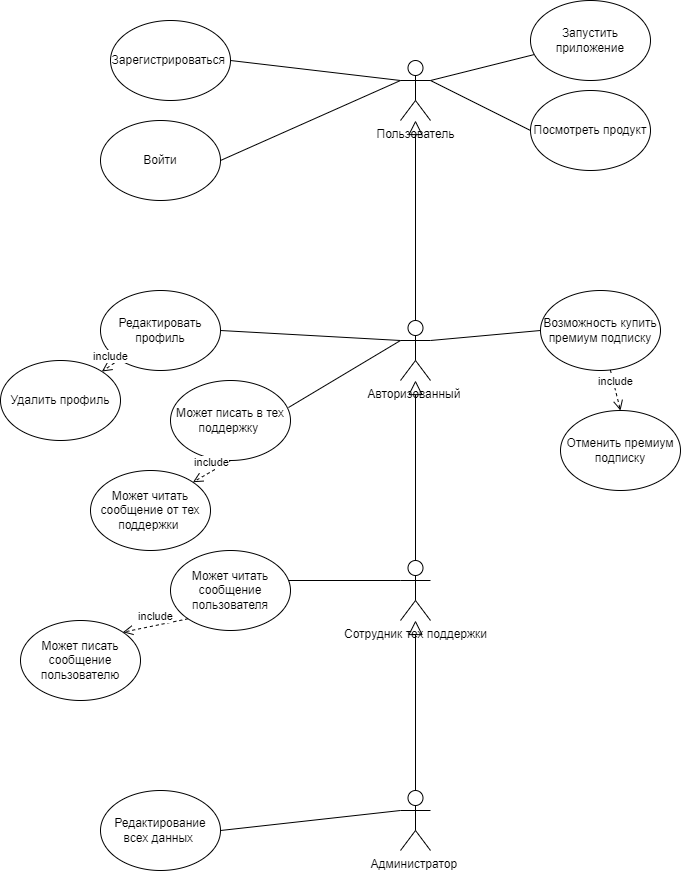
Before: Use_case_scheme.drawio.png, a diagram exported from draw.io (LOL1322/channel_demo). Source tidied: cells renumbered, new cells last; positions are measured from the earlier drawing's top-left corner, leaving out a move shared by most shapes. The source it was exported from:
```xml
<mxGraphModel>
  <root>
    <mxCell id="0" />
    <mxCell id="1" parent="0" />
    <mxCell id="2" value="Пользователь" style="shape=umlActor;verticalLabelPosition=bottom;verticalAlign=top;html=1;outlineConnect=0;" parent="1" vertex="1">
      <mxGeometry x="400" y="60" width="30" height="60" as="geometry" />
    </mxCell>
    <mxCell id="3" value="Авторизованный&amp;nbsp;&lt;br&gt;" style="shape=umlActor;verticalLabelPosition=bottom;verticalAlign=top;html=1;outlineConnect=0;" parent="1" vertex="1">
      <mxGeometry x="400" y="320" width="30" height="60" as="geometry" />
    </mxCell>
    <mxCell id="4" value="Сотрудник тех поддержки&lt;br&gt;&amp;nbsp;" style="shape=umlActor;verticalLabelPosition=bottom;verticalAlign=top;html=1;outlineConnect=0;" parent="1" vertex="1">
      <mxGeometry x="400" y="560" width="30" height="60" as="geometry" />
    </mxCell>
    <mxCell id="5" value="Администратор&amp;nbsp;" style="shape=umlActor;verticalLabelPosition=bottom;verticalAlign=top;html=1;outlineConnect=0;" parent="1" vertex="1">
      <mxGeometry x="400" y="790" width="30" height="60" as="geometry" />
    </mxCell>
    <mxCell id="6" value="Зарегистрироваться&amp;nbsp;" style="ellipse;whiteSpace=wrap;html=1;" parent="1" vertex="1">
      <mxGeometry x="110" y="20" width="120" height="80" as="geometry" />
    </mxCell>
    <mxCell id="7" value="Войти" style="ellipse;whiteSpace=wrap;html=1;" parent="1" vertex="1">
      <mxGeometry x="100" y="120" width="120" height="80" as="geometry" />
    </mxCell>
    <mxCell id="8" style="endArrow=none;html=1;rounded=0;entryX=0;entryY=0.5;entryDx=0;entryDy=0;exitX=1;exitY=0.3333333333333333;exitDx=0;exitDy=0;exitPerimeter=0;" parent="1" edge="1" source="2" target="13">
      <mxGeometry relative="1" as="geometry" />
    </mxCell>
    <mxCell id="9" style="endArrow=none;html=1;rounded=0;exitX=1;exitY=0.3333333333333333;exitDx=0;exitDy=0;exitPerimeter=0;" parent="1" edge="1" source="2" target="12">
      <mxGeometry relative="1" as="geometry" />
    </mxCell>
    <mxCell id="10" style="endArrow=none;html=1;rounded=0;entryX=0;entryY=0.3333333333333333;entryDx=0;entryDy=0;entryPerimeter=0;exitX=1;exitY=0.5;exitDx=0;exitDy=0;" parent="1" edge="1" source="6" target="2">
      <mxGeometry relative="1" as="geometry" />
    </mxCell>
    <mxCell id="11" style="endArrow=none;html=1;rounded=0;exitX=1;exitY=0.5;exitDx=0;exitDy=0;" parent="1" edge="1" source="7">
      <mxGeometry relative="1" as="geometry">
        <mxPoint x="400" y="80" as="targetPoint" />
      </mxGeometry>
    </mxCell>
    <mxCell id="12" value="Запустить приложение" style="ellipse;whiteSpace=wrap;html=1;" parent="1" vertex="1">
      <mxGeometry x="530" width="120" height="80" as="geometry" />
    </mxCell>
    <mxCell id="13" value="Посмотреть продукт" style="ellipse;whiteSpace=wrap;html=1;" parent="1" vertex="1">
      <mxGeometry x="530" y="90" width="120" height="80" as="geometry" />
    </mxCell>
    <mxCell id="14" style="endArrow=block;dashed=0;endFill=0;endSize=12;html=1;rounded=0;exitX=0.5;exitY=0;exitDx=0;exitDy=0;exitPerimeter=0;" parent="1" edge="1" source="3" target="2">
      <mxGeometry relative="1" as="geometry" />
    </mxCell>
    <mxCell id="15" style="endArrow=block;dashed=0;endFill=0;endSize=12;html=1;rounded=0;exitX=0.5;exitY=0;exitDx=0;exitDy=0;exitPerimeter=0;" parent="1" edge="1" source="4" target="3">
      <mxGeometry relative="1" as="geometry" />
    </mxCell>
    <mxCell id="16" value="Редактировать профиль" style="ellipse;whiteSpace=wrap;html=1;" parent="1" vertex="1">
      <mxGeometry x="100" y="290" width="120" height="80" as="geometry" />
    </mxCell>
    <mxCell id="17" style="endArrow=none;html=1;rounded=0;entryX=0;entryY=0.3333333333333333;entryDx=0;entryDy=0;entryPerimeter=0;exitX=1;exitY=0.5;exitDx=0;exitDy=0;" parent="1" edge="1" source="16" target="3">
      <mxGeometry relative="1" as="geometry" />
    </mxCell>
    <mxCell id="18" value="Удалить профиль" style="ellipse;whiteSpace=wrap;html=1;" parent="1" vertex="1">
      <mxGeometry y="360" width="120" height="80" as="geometry" />
    </mxCell>
    <mxCell id="19" value="include" style="html=1;verticalAlign=bottom;endArrow=open;dashed=1;endSize=8;curved=0;rounded=0;" parent="1" edge="1" source="16" target="18">
      <mxGeometry relative="1" as="geometry" />
    </mxCell>
    <mxCell id="20" value="Возможность купить премиум подписку" style="ellipse;whiteSpace=wrap;html=1;" parent="1" vertex="1">
      <mxGeometry x="540" y="290" width="120" height="80" as="geometry" />
    </mxCell>
    <mxCell id="21" style="endArrow=none;html=1;rounded=0;entryX=0;entryY=0.5;entryDx=0;entryDy=0;exitX=1;exitY=0.3333333333333333;exitDx=0;exitDy=0;exitPerimeter=0;" parent="1" edge="1" source="3" target="20">
      <mxGeometry relative="1" as="geometry" />
    </mxCell>
    <mxCell id="22" value="Отменить премиум подписку" style="ellipse;whiteSpace=wrap;html=1;" parent="1" vertex="1">
      <mxGeometry x="560" y="410" width="120" height="80" as="geometry" />
    </mxCell>
    <mxCell id="23" value="include" style="html=1;verticalAlign=bottom;endArrow=open;dashed=1;endSize=8;curved=0;rounded=0;entryX=0.5;entryY=0;entryDx=0;entryDy=0;" parent="1" edge="1" source="20" target="22">
      <mxGeometry relative="1" as="geometry" />
    </mxCell>
    <mxCell id="24" style="endArrow=block;dashed=0;endFill=0;endSize=12;html=1;rounded=0;exitX=0.5;exitY=0;exitDx=0;exitDy=0;exitPerimeter=0;" parent="1" edge="1" source="5" target="4">
      <mxGeometry relative="1" as="geometry" />
    </mxCell>
    <mxCell id="25" value="Может читать сообщение от тех поддержки&amp;nbsp;" style="ellipse;whiteSpace=wrap;html=1;" parent="1" vertex="1">
      <mxGeometry x="90" y="470" width="120" height="80" as="geometry" />
    </mxCell>
    <mxCell id="26" value="Может писать в тех поддержку&amp;nbsp;" style="ellipse;whiteSpace=wrap;html=1;" parent="1" vertex="1">
      <mxGeometry x="170" y="380" width="120" height="80" as="geometry" />
    </mxCell>
    <mxCell id="27" style="endArrow=none;html=1;rounded=0;exitX=0.983;exitY=0.338;exitDx=0;exitDy=0;exitPerimeter=0;entryX=0;entryY=0.3333333333333333;entryDx=0;entryDy=0;entryPerimeter=0;" parent="1" edge="1" source="26" target="3">
      <mxGeometry relative="1" as="geometry" />
    </mxCell>
    <mxCell id="28" value="include" style="html=1;verticalAlign=bottom;endArrow=open;dashed=1;endSize=8;curved=0;rounded=0;exitX=0.5;exitY=1;exitDx=0;exitDy=0;entryX=1;entryY=0;entryDx=0;entryDy=0;" parent="1" edge="1" source="26" target="25">
      <mxGeometry relative="1" as="geometry" />
    </mxCell>
    <mxCell id="29" value="Может писать сообщение пользователю" style="ellipse;whiteSpace=wrap;html=1;" parent="1" vertex="1">
      <mxGeometry x="20" y="620" width="120" height="80" as="geometry" />
    </mxCell>
    <mxCell id="30" value="Может читать сообщение пользователя" style="ellipse;whiteSpace=wrap;html=1;" parent="1" vertex="1">
      <mxGeometry x="170" y="550" width="120" height="80" as="geometry" />
    </mxCell>
    <mxCell id="31" style="endArrow=none;html=1;rounded=0;exitX=0.983;exitY=0.375;exitDx=0;exitDy=0;exitPerimeter=0;entryX=0;entryY=0.3333333333333333;entryDx=0;entryDy=0;entryPerimeter=0;" parent="1" edge="1" source="30" target="4">
      <mxGeometry relative="1" as="geometry" />
    </mxCell>
    <mxCell id="32" value="include" style="html=1;verticalAlign=bottom;endArrow=open;dashed=1;endSize=8;curved=0;rounded=0;exitX=0;exitY=1;exitDx=0;exitDy=0;entryX=1;entryY=0;entryDx=0;entryDy=0;" parent="1" edge="1" source="30" target="29">
      <mxGeometry relative="1" as="geometry" />
    </mxCell>
    <mxCell id="33" value="Редактирование всех данных&amp;nbsp;" style="ellipse;whiteSpace=wrap;html=1;" parent="1" vertex="1">
      <mxGeometry x="100" y="790" width="120" height="80" as="geometry" />
    </mxCell>
    <mxCell id="34" style="endArrow=none;html=1;rounded=0;entryX=0;entryY=0.3333333333333333;entryDx=0;entryDy=0;entryPerimeter=0;exitX=1;exitY=0.5;exitDx=0;exitDy=0;" parent="1" edge="1" source="33" target="5">
      <mxGeometry relative="1" as="geometry" />
    </mxCell>
  </root>
</mxGraphModel>
```
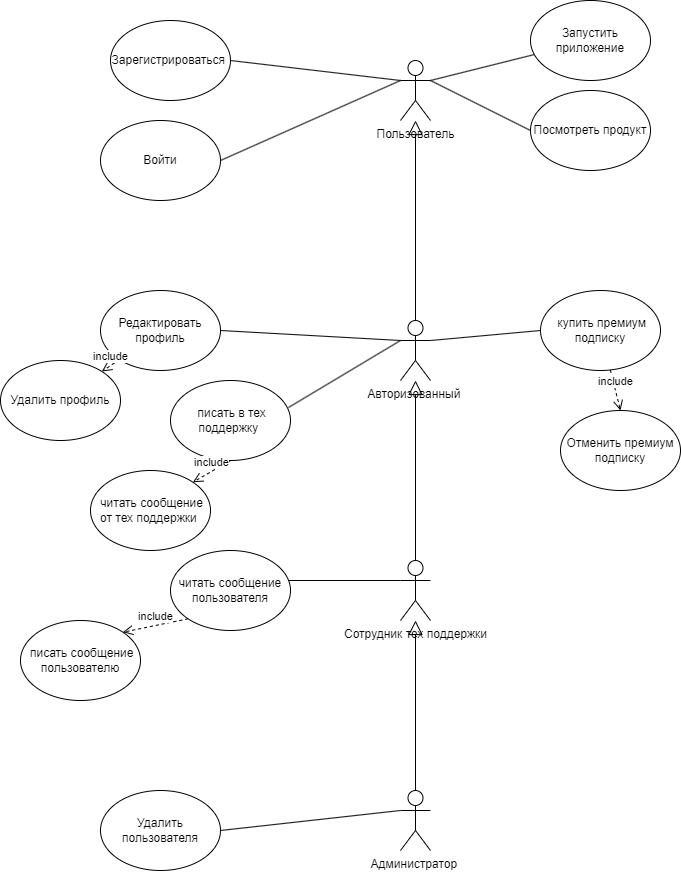
After the commit.

Change to the diagram source:
```diff
@@ -58,7 +58,7 @@
     <mxCell id="19" value="include" style="html=1;verticalAlign=bottom;endArrow=open;dashed=1;endSize=8;curved=0;rounded=0;" parent="1" edge="1" source="16" target="18">
       <mxGeometry relative="1" as="geometry" />
     </mxCell>
-    <mxCell id="20" value="Возможность купить премиум подписку" style="ellipse;whiteSpace=wrap;html=1;" parent="1" vertex="1">
+    <mxCell id="20" value="&amp;nbsp;купить премиум подписку" style="ellipse;whiteSpace=wrap;html=1;" parent="1" vertex="1">
       <mxGeometry x="540" y="290" width="120" height="80" as="geometry" />
     </mxCell>
     <mxCell id="21" style="endArrow=none;html=1;rounded=0;entryX=0;entryY=0.5;entryDx=0;entryDy=0;exitX=1;exitY=0.3333333333333333;exitDx=0;exitDy=0;exitPerimeter=0;" parent="1" edge="1" source="3" target="20">
@@ -73,10 +73,10 @@
     <mxCell id="24" style="endArrow=block;dashed=0;endFill=0;endSize=12;html=1;rounded=0;exitX=0.5;exitY=0;exitDx=0;exitDy=0;exitPerimeter=0;" parent="1" edge="1" source="5" target="4">
       <mxGeometry relative="1" as="geometry" />
     </mxCell>
-    <mxCell id="25" value="Может читать сообщение от тех поддержки&amp;nbsp;" style="ellipse;whiteSpace=wrap;html=1;" parent="1" vertex="1">
+    <mxCell id="25" value="&amp;nbsp;читать сообщение от тех поддержки&amp;nbsp;" style="ellipse;whiteSpace=wrap;html=1;" parent="1" vertex="1">
       <mxGeometry x="90" y="470" width="120" height="80" as="geometry" />
     </mxCell>
-    <mxCell id="26" value="Может писать в тех поддержку&amp;nbsp;" style="ellipse;whiteSpace=wrap;html=1;" parent="1" vertex="1">
+    <mxCell id="26" value="&amp;nbsp;писать в тех поддержку&amp;nbsp;" style="ellipse;whiteSpace=wrap;html=1;" parent="1" vertex="1">
       <mxGeometry x="170" y="380" width="120" height="80" as="geometry" />
     </mxCell>
     <mxCell id="27" style="endArrow=none;html=1;rounded=0;exitX=0.983;exitY=0.338;exitDx=0;exitDy=0;exitPerimeter=0;entryX=0;entryY=0.3333333333333333;entryDx=0;entryDy=0;entryPerimeter=0;" parent="1" edge="1" source="26" target="3">
@@ -85,10 +85,10 @@
     <mxCell id="28" value="include" style="html=1;verticalAlign=bottom;endArrow=open;dashed=1;endSize=8;curved=0;rounded=0;exitX=0.5;exitY=1;exitDx=0;exitDy=0;entryX=1;entryY=0;entryDx=0;entryDy=0;" parent="1" edge="1" source="26" target="25">
       <mxGeometry relative="1" as="geometry" />
     </mxCell>
-    <mxCell id="29" value="Может писать сообщение пользователю" style="ellipse;whiteSpace=wrap;html=1;" parent="1" vertex="1">
+    <mxCell id="29" value="&amp;nbsp;писать сообщение пользователю" style="ellipse;whiteSpace=wrap;html=1;" parent="1" vertex="1">
       <mxGeometry x="20" y="620" width="120" height="80" as="geometry" />
     </mxCell>
-    <mxCell id="30" value="Может читать сообщение пользователя" style="ellipse;whiteSpace=wrap;html=1;" parent="1" vertex="1">
+    <mxCell id="30" value="читать сообщение пользователя" style="ellipse;whiteSpace=wrap;html=1;" parent="1" vertex="1">
       <mxGeometry x="170" y="550" width="120" height="80" as="geometry" />
     </mxCell>
     <mxCell id="31" style="endArrow=none;html=1;rounded=0;exitX=0.983;exitY=0.375;exitDx=0;exitDy=0;exitPerimeter=0;entryX=0;entryY=0.3333333333333333;entryDx=0;entryDy=0;entryPerimeter=0;" parent="1" edge="1" source="30" target="4">
@@ -97,7 +97,7 @@
     <mxCell id="32" value="include" style="html=1;verticalAlign=bottom;endArrow=open;dashed=1;endSize=8;curved=0;rounded=0;exitX=0;exitY=1;exitDx=0;exitDy=0;entryX=1;entryY=0;entryDx=0;entryDy=0;" parent="1" edge="1" source="30" target="29">
       <mxGeometry relative="1" as="geometry" />
     </mxCell>
-    <mxCell id="33" value="Редактирование всех данных&amp;nbsp;" style="ellipse;whiteSpace=wrap;html=1;" parent="1" vertex="1">
+    <mxCell id="33" value="Удалить пользователя" style="ellipse;whiteSpace=wrap;html=1;" parent="1" vertex="1">
       <mxGeometry x="100" y="790" width="120" height="80" as="geometry" />
     </mxCell>
     <mxCell id="34" style="endArrow=none;html=1;rounded=0;entryX=0;entryY=0.3333333333333333;entryDx=0;entryDy=0;entryPerimeter=0;exitX=1;exitY=0.5;exitDx=0;exitDy=0;" parent="1" edge="1" source="33" target="5">
```
